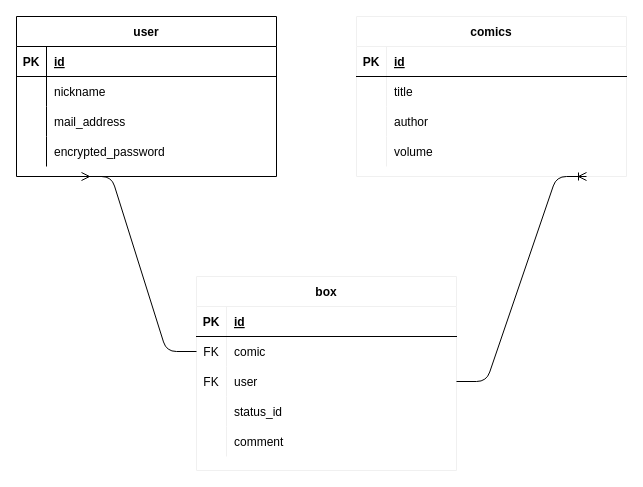
Earlier version of the draw.io diagram ComicBox.dio (kamura5656/comic-box). Source tidied: cells renumbered, new cells numbered last; positions are measured from the earlier drawing's top-left corner, leaving out a move shared by most shapes. Both pictures are drawn from the tidied source at 100%, with x=0, y=0 at pixel (16, 16).
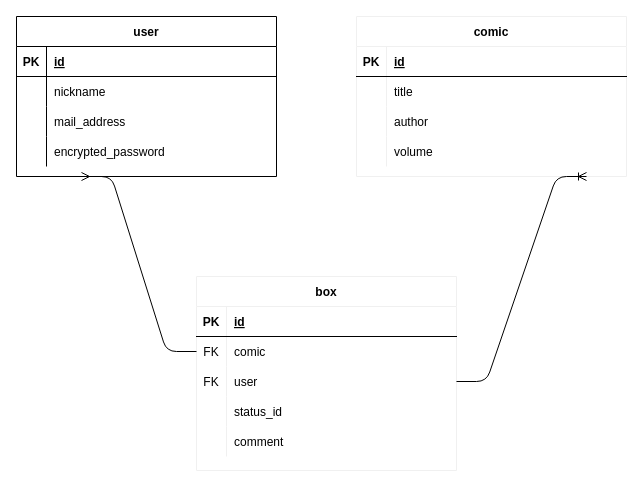
Above is the later version.

What changed in the source:
```diff
@@
-    <mxCell id="16" value="comics" style="shape=table;startSize=30;childLayout=tableLayout;rowLines=0;fontStyle=1;align=center;strokeColor=#f0f0f0;" parent="1" vertex="1">
+    <mxCell id="16" value="comic" style="shape=table;startSize=30;childLayout=tableLayout;rowLines=0;fontStyle=1;align=center;strokeColor=#f0f0f0;" parent="1" vertex="1">
       <mxGeometry x="340" width="270" height="160" as="geometry" />
     </mxCell>
```
